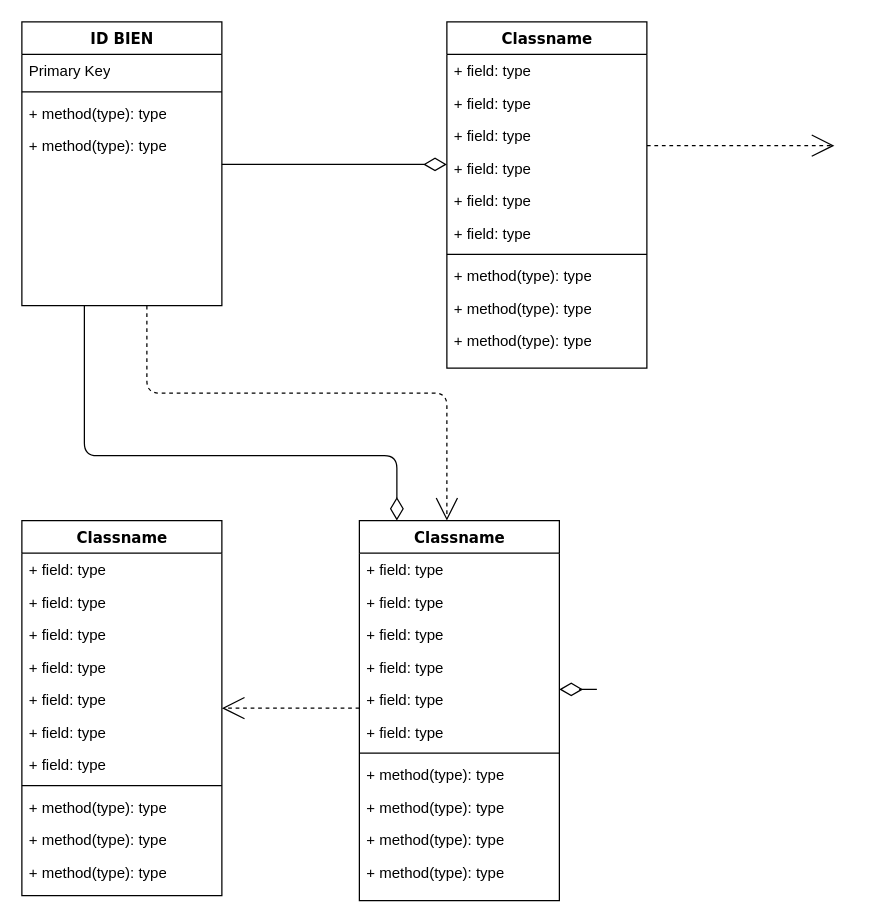
louzhixin/bootstrap keeps this draw.io diagram as .github/ISSUE_TEMPLATE/Untitled Diagram.drawio. Above is the earlier version. Source tidied: cells renumbered, new cells numbered last; positions are measured from the earlier drawing's top-left corner, leaving out a move shared by most shapes. Both pictures are drawn from the tidied source at 125%, with x=0, y=0 at pixel (21, 21).
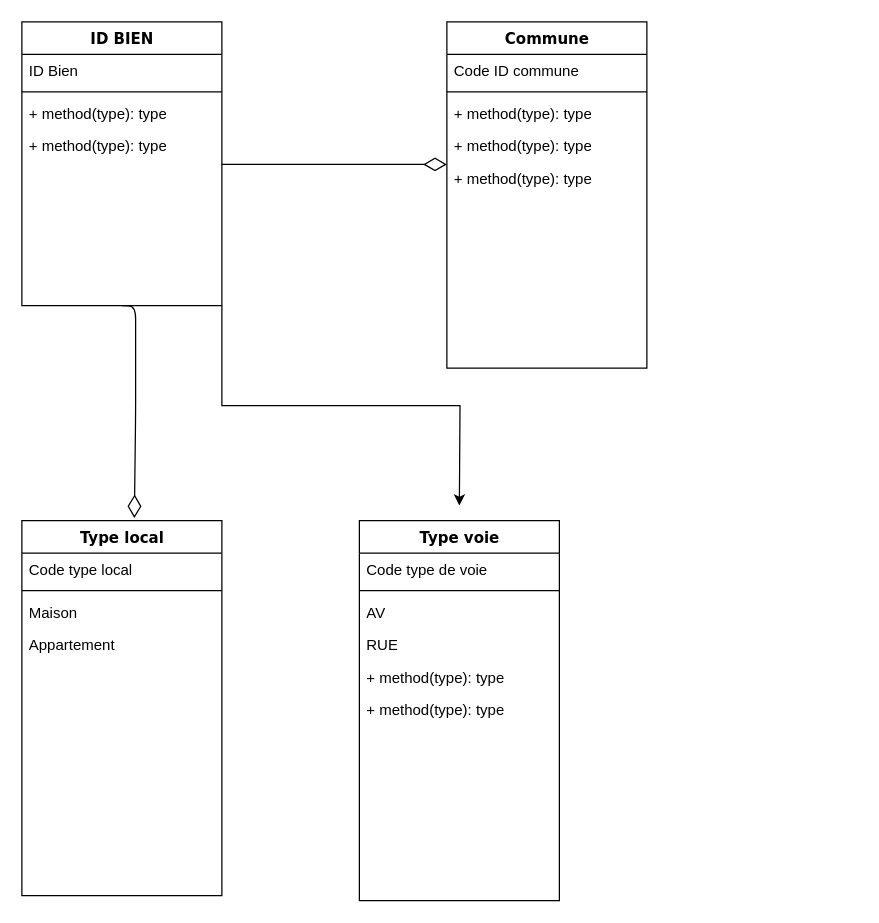
Above is the later version.

Unchanged cells that the change refers to:
```xml
<mxCell id="4" value="ID BIEN" style="swimlane;html=1;fontStyle=1;align=center;verticalAlign=top;horizontal=1;startSize=26;swimlaneFillColor=#ffffff;rounded=0;shadow=0;comic=0;labelBackgroundColor=none;strokeWidth=1;fillColor=none;fontFamily=Verdana;fontSize=12;" parent="1" vertex="1">
  <mxGeometry width="160" height="227" as="geometry" />
</mxCell>
```

Diff of the diagram source:
```diff
@@
-    <mxCell id="2" style="edgeStyle=orthogonalEdgeStyle;html=1;labelBackgroundColor=none;startFill=0;startSize=8;endArrow=open;endFill=0;endSize=16;fontFamily=Verdana;fontSize=12;dashed=1;" parent="1" edge="1" source="4" target="35">
-      <mxGeometry relative="1" as="geometry">
-        <Array as="points">
-          <mxPoint x="100" y="297" />
-          <mxPoint x="340" y="297" />
-        </Array>
-      </mxGeometry>
-    </mxCell>
-    <mxCell id="3" style="edgeStyle=orthogonalEdgeStyle;html=1;labelBackgroundColor=none;startFill=0;startSize=8;endArrow=diamondThin;endFill=0;endSize=16;fontFamily=Verdana;fontSize=12;" parent="1" edge="1" source="4" target="35">
-      <mxGeometry relative="1" as="geometry">
-        <Array as="points">
-          <mxPoint x="50" y="347" />
-          <mxPoint x="300" y="347" />
-        </Array>
-      </mxGeometry>
-    </mxCell>
+    <mxCell id="48" style="edgeStyle=orthogonalEdgeStyle;rounded=0;jettySize=auto;html=1;exitX=1;exitY=1;exitDx=0;exitDy=0;" parent="1" edge="1" source="4">
+      <mxGeometry relative="1" as="geometry">
+        <mxPoint x="350" y="387" as="targetPoint" />
+      </mxGeometry>
+    </mxCell>
@@
-    <mxCell id="5" value="Primary Key" style="text;html=1;strokeColor=none;fillColor=none;align=left;verticalAlign=top;spacingLeft=4;spacingRight=4;whiteSpace=wrap;overflow=hidden;" parent="4" vertex="1">
+    <mxCell id="5" value="ID Bien" style="text;html=1;strokeColor=none;fillColor=none;align=left;verticalAlign=top;spacingLeft=4;spacingRight=4;whiteSpace=wrap;overflow=hidden;" parent="4" vertex="1">
       <mxGeometry y="26" width="160" height="26" as="geometry" />
     </mxCell>
@@
-    <mxCell id="9" style="edgeStyle=elbowEdgeStyle;html=1;labelBackgroundColor=none;startFill=0;startSize=8;endArrow=open;endFill=0;endSize=16;fontFamily=Verdana;fontSize=12;elbow=vertical;dashed=1;" parent="1" edge="1" source="10">
-      <mxGeometry relative="1" as="geometry">
-        <mxPoint x="650" y="99" as="targetPoint" />
-      </mxGeometry>
-    </mxCell>
-    <mxCell id="10" value="Classname" style="swimlane;html=1;fontStyle=1;align=center;verticalAlign=top;horizontal=1;startSize=26;swimlaneFillColor=#ffffff;rounded=0;shadow=0;comic=0;labelBackgroundColor=none;strokeWidth=1;fillColor=none;fontFamily=Verdana;fontSize=12;" parent="1" vertex="1">
+    <mxCell id="10" value="Commune" style="swimlane;html=1;fontStyle=1;align=center;verticalAlign=top;horizontal=1;startSize=26;swimlaneFillColor=#ffffff;rounded=0;shadow=0;comic=0;labelBackgroundColor=none;strokeWidth=1;fillColor=none;fontFamily=Verdana;fontSize=12;" parent="1" vertex="1">
       <mxGeometry x="340" width="160" height="277" as="geometry" />
     </mxCell>
-    <mxCell id="11" value="+ field: type" style="text;html=1;strokeColor=none;fillColor=none;align=left;verticalAlign=top;spacingLeft=4;spacingRight=4;whiteSpace=wrap;overflow=hidden;" parent="10" vertex="1">
+    <mxCell id="11" value="Code ID commune" style="text;html=1;strokeColor=none;fillColor=none;align=left;verticalAlign=top;spacingLeft=4;spacingRight=4;whiteSpace=wrap;overflow=hidden;" parent="10" vertex="1">
       <mxGeometry y="26" width="160" height="26" as="geometry" />
     </mxCell>
-    <mxCell id="12" value="+ field: type" style="text;html=1;strokeColor=none;fillColor=none;align=left;verticalAlign=top;spacingLeft=4;spacingRight=4;whiteSpace=wrap;overflow=hidden;" parent="10" vertex="1">
-      <mxGeometry y="52" width="160" height="26" as="geometry" />
-    </mxCell>
-    <mxCell id="13" value="+ field: type" style="text;html=1;strokeColor=none;fillColor=none;align=left;verticalAlign=top;spacingLeft=4;spacingRight=4;whiteSpace=wrap;overflow=hidden;" parent="10" vertex="1">
-      <mxGeometry y="78" width="160" height="26" as="geometry" />
-    </mxCell>
-    <mxCell id="14" value="+ field: type" style="text;html=1;strokeColor=none;fillColor=none;align=left;verticalAlign=top;spacingLeft=4;spacingRight=4;whiteSpace=wrap;overflow=hidden;" parent="10" vertex="1">
-      <mxGeometry y="104" width="160" height="26" as="geometry" />
-    </mxCell>
-    <mxCell id="15" value="+ field: type" style="text;html=1;strokeColor=none;fillColor=none;align=left;verticalAlign=top;spacingLeft=4;spacingRight=4;whiteSpace=wrap;overflow=hidden;" parent="10" vertex="1">
-      <mxGeometry y="130" width="160" height="26" as="geometry" />
-    </mxCell>
-    <mxCell id="16" value="+ field: type" style="text;html=1;strokeColor=none;fillColor=none;align=left;verticalAlign=top;spacingLeft=4;spacingRight=4;whiteSpace=wrap;overflow=hidden;" parent="10" vertex="1">
-      <mxGeometry y="156" width="160" height="26" as="geometry" />
-    </mxCell>
     <mxCell id="17" style="line;html=1;strokeWidth=1;fillColor=none;align=left;verticalAlign=middle;spacingTop=-1;spacingLeft=3;spacingRight=3;labelPosition=right;" parent="10" vertex="1">
-      <mxGeometry y="182" width="160" height="8" as="geometry" />
+      <mxGeometry y="52" width="160" height="8" as="geometry" />
     </mxCell>
     <mxCell id="18" value="+ method(type): type" style="text;html=1;strokeColor=none;fillColor=none;align=left;verticalAlign=top;spacingLeft=4;spacingRight=4;whiteSpace=wrap;overflow=hidden;" parent="10" vertex="1">
-      <mxGeometry y="190" width="160" height="26" as="geometry" />
+      <mxGeometry y="60" width="160" height="26" as="geometry" />
     </mxCell>
     <mxCell id="19" value="+ method(type): type" style="text;html=1;strokeColor=none;fillColor=none;align=left;verticalAlign=top;spacingLeft=4;spacingRight=4;whiteSpace=wrap;overflow=hidden;" parent="10" vertex="1">
-      <mxGeometry y="216" width="160" height="26" as="geometry" />
+      <mxGeometry y="86" width="160" height="26" as="geometry" />
     </mxCell>
     <mxCell id="20" value="+ method(type): type" style="text;html=1;strokeColor=none;fillColor=none;align=left;verticalAlign=top;spacingLeft=4;spacingRight=4;whiteSpace=wrap;overflow=hidden;" parent="10" vertex="1">
-      <mxGeometry y="242" width="160" height="26" as="geometry" />
+      <mxGeometry y="112" width="160" height="26" as="geometry" />
     </mxCell>
-    <mxCell id="21" style="edgeStyle=elbowEdgeStyle;html=1;labelBackgroundColor=none;startFill=0;startSize=8;endArrow=open;endFill=0;endSize=16;fontFamily=Verdana;fontSize=12;elbow=vertical;dashed=1;" parent="1" edge="1" source="35" target="22">
-      <mxGeometry relative="1" as="geometry" />
-    </mxCell>
-    <mxCell id="22" value="Classname" style="swimlane;html=1;fontStyle=1;align=center;verticalAlign=top;horizontal=1;startSize=26;swimlaneFillColor=#ffffff;rounded=0;shadow=0;comic=0;labelBackgroundColor=none;strokeWidth=1;fillColor=none;fontFamily=Verdana;fontSize=12;" parent="1" vertex="1">
+    <mxCell id="22" value="Type local" style="swimlane;html=1;fontStyle=1;align=center;verticalAlign=top;horizontal=1;startSize=26;swimlaneFillColor=#ffffff;rounded=0;shadow=0;comic=0;labelBackgroundColor=none;strokeWidth=1;fillColor=none;fontFamily=Verdana;fontSize=12;" parent="1" vertex="1">
       <mxGeometry y="399" width="160" height="300" as="geometry" />
     </mxCell>
-    <mxCell id="23" value="+ field: type" style="text;html=1;strokeColor=none;fillColor=none;align=left;verticalAlign=top;spacingLeft=4;spacingRight=4;whiteSpace=wrap;overflow=hidden;" parent="22" vertex="1">
+    <mxCell id="23" value="Code type local" style="text;html=1;strokeColor=none;fillColor=none;align=left;verticalAlign=top;spacingLeft=4;spacingRight=4;whiteSpace=wrap;overflow=hidden;" parent="22" vertex="1">
       <mxGeometry y="26" width="160" height="26" as="geometry" />
     </mxCell>
-    <mxCell id="24" value="+ field: type" style="text;html=1;strokeColor=none;fillColor=none;align=left;verticalAlign=top;spacingLeft=4;spacingRight=4;whiteSpace=wrap;overflow=hidden;" parent="22" vertex="1">
-      <mxGeometry y="52" width="160" height="26" as="geometry" />
-    </mxCell>
-    <mxCell id="25" value="+ field: type" style="text;html=1;strokeColor=none;fillColor=none;align=left;verticalAlign=top;spacingLeft=4;spacingRight=4;whiteSpace=wrap;overflow=hidden;" parent="22" vertex="1">
-      <mxGeometry y="78" width="160" height="26" as="geometry" />
-    </mxCell>
-    <mxCell id="26" value="+ field: type" style="text;html=1;strokeColor=none;fillColor=none;align=left;verticalAlign=top;spacingLeft=4;spacingRight=4;whiteSpace=wrap;overflow=hidden;" parent="22" vertex="1">
-      <mxGeometry y="104" width="160" height="26" as="geometry" />
-    </mxCell>
-    <mxCell id="27" value="+ field: type" style="text;html=1;strokeColor=none;fillColor=none;align=left;verticalAlign=top;spacingLeft=4;spacingRight=4;whiteSpace=wrap;overflow=hidden;" parent="22" vertex="1">
-      <mxGeometry y="130" width="160" height="26" as="geometry" />
-    </mxCell>
-    <mxCell id="28" value="+ field: type" style="text;html=1;strokeColor=none;fillColor=none;align=left;verticalAlign=top;spacingLeft=4;spacingRight=4;whiteSpace=wrap;overflow=hidden;" parent="22" vertex="1">
-      <mxGeometry y="156" width="160" height="26" as="geometry" />
-    </mxCell>
-    <mxCell id="29" value="+ field: type" style="text;html=1;strokeColor=none;fillColor=none;align=left;verticalAlign=top;spacingLeft=4;spacingRight=4;whiteSpace=wrap;overflow=hidden;" parent="22" vertex="1">
-      <mxGeometry y="182" width="160" height="26" as="geometry" />
-    </mxCell>
     <mxCell id="30" style="line;html=1;strokeWidth=1;fillColor=none;align=left;verticalAlign=middle;spacingTop=-1;spacingLeft=3;spacingRight=3;labelPosition=right;" parent="22" vertex="1">
-      <mxGeometry y="208" width="160" height="8" as="geometry" />
+      <mxGeometry y="52" width="160" height="8" as="geometry" />
     </mxCell>
-    <mxCell id="31" value="+ method(type): type" style="text;html=1;strokeColor=none;fillColor=none;align=left;verticalAlign=top;spacingLeft=4;spacingRight=4;whiteSpace=wrap;overflow=hidden;" parent="22" vertex="1">
-      <mxGeometry y="216" width="160" height="26" as="geometry" />
+    <mxCell id="31" value="Maison" style="text;html=1;strokeColor=none;fillColor=none;align=left;verticalAlign=top;spacingLeft=4;spacingRight=4;whiteSpace=wrap;overflow=hidden;" parent="22" vertex="1">
+      <mxGeometry y="60" width="160" height="26" as="geometry" />
     </mxCell>
-    <mxCell id="32" value="+ method(type): type" style="text;html=1;strokeColor=none;fillColor=none;align=left;verticalAlign=top;spacingLeft=4;spacingRight=4;whiteSpace=wrap;overflow=hidden;" parent="22" vertex="1">
-      <mxGeometry y="242" width="160" height="26" as="geometry" />
+    <mxCell id="32" value="Appartement" style="text;html=1;strokeColor=none;fillColor=none;align=left;verticalAlign=top;spacingLeft=4;spacingRight=4;whiteSpace=wrap;overflow=hidden;" parent="22" vertex="1">
+      <mxGeometry y="86" width="160" height="26" as="geometry" />
     </mxCell>
-    <mxCell id="33" value="+ method(type): type" style="text;html=1;strokeColor=none;fillColor=none;align=left;verticalAlign=top;spacingLeft=4;spacingRight=4;whiteSpace=wrap;overflow=hidden;" parent="22" vertex="1">
-      <mxGeometry y="268" width="160" height="26" as="geometry" />
-    </mxCell>
-    <mxCell id="34" style="edgeStyle=elbowEdgeStyle;html=1;labelBackgroundColor=none;startFill=0;startSize=8;endArrow=diamondThin;endFill=0;endSize=16;fontFamily=Verdana;fontSize=12;elbow=vertical;" parent="1" edge="1" target="35">
-      <mxGeometry relative="1" as="geometry">
-        <mxPoint x="460" y="534" as="sourcePoint" />
-      </mxGeometry>
-    </mxCell>
-    <mxCell id="35" value="Classname" style="swimlane;html=1;fontStyle=1;align=center;verticalAlign=top;horizontal=1;startSize=26;swimlaneFillColor=#ffffff;rounded=0;shadow=0;comic=0;labelBackgroundColor=none;strokeWidth=1;fillColor=none;fontFamily=Verdana;fontSize=12;" parent="1" vertex="1">
+    <mxCell id="35" value="Type voie" style="swimlane;html=1;fontStyle=1;align=center;verticalAlign=top;horizontal=1;startSize=26;swimlaneFillColor=#ffffff;rounded=0;shadow=0;comic=0;labelBackgroundColor=none;strokeWidth=1;fillColor=none;fontFamily=Verdana;fontSize=12;" parent="1" vertex="1">
       <mxGeometry x="270" y="399" width="160" height="304" as="geometry" />
     </mxCell>
-    <mxCell id="36" value="+ field: type" style="text;html=1;strokeColor=none;fillColor=none;align=left;verticalAlign=top;spacingLeft=4;spacingRight=4;whiteSpace=wrap;overflow=hidden;" parent="35" vertex="1">
+    <mxCell id="36" value="Code type de voie" style="text;html=1;strokeColor=none;fillColor=none;align=left;verticalAlign=top;spacingLeft=4;spacingRight=4;whiteSpace=wrap;overflow=hidden;" parent="35" vertex="1">
       <mxGeometry y="26" width="160" height="26" as="geometry" />
     </mxCell>
-    <mxCell id="37" value="+ field: type" style="text;html=1;strokeColor=none;fillColor=none;align=left;verticalAlign=top;spacingLeft=4;spacingRight=4;whiteSpace=wrap;overflow=hidden;" parent="35" vertex="1">
-      <mxGeometry y="52" width="160" height="26" as="geometry" />
-    </mxCell>
-    <mxCell id="38" value="+ field: type" style="text;html=1;strokeColor=none;fillColor=none;align=left;verticalAlign=top;spacingLeft=4;spacingRight=4;whiteSpace=wrap;overflow=hidden;" parent="35" vertex="1">
-      <mxGeometry y="78" width="160" height="26" as="geometry" />
-    </mxCell>
-    <mxCell id="39" value="+ field: type" style="text;html=1;strokeColor=none;fillColor=none;align=left;verticalAlign=top;spacingLeft=4;spacingRight=4;whiteSpace=wrap;overflow=hidden;" parent="35" vertex="1">
-      <mxGeometry y="104" width="160" height="26" as="geometry" />
-    </mxCell>
-    <mxCell id="40" value="+ field: type" style="text;html=1;strokeColor=none;fillColor=none;align=left;verticalAlign=top;spacingLeft=4;spacingRight=4;whiteSpace=wrap;overflow=hidden;" parent="35" vertex="1">
-      <mxGeometry y="130" width="160" height="26" as="geometry" />
-    </mxCell>
-    <mxCell id="41" value="+ field: type" style="text;html=1;strokeColor=none;fillColor=none;align=left;verticalAlign=top;spacingLeft=4;spacingRight=4;whiteSpace=wrap;overflow=hidden;" parent="35" vertex="1">
-      <mxGeometry y="156" width="160" height="26" as="geometry" />
-    </mxCell>
     <mxCell id="42" style="line;html=1;strokeWidth=1;fillColor=none;align=left;verticalAlign=middle;spacingTop=-1;spacingLeft=3;spacingRight=3;labelPosition=right;" parent="35" vertex="1">
-      <mxGeometry y="182" width="160" height="8" as="geometry" />
+      <mxGeometry y="52" width="160" height="8" as="geometry" />
     </mxCell>
-    <mxCell id="43" value="+ method(type): type" style="text;html=1;strokeColor=none;fillColor=none;align=left;verticalAlign=top;spacingLeft=4;spacingRight=4;whiteSpace=wrap;overflow=hidden;" parent="35" vertex="1">
-      <mxGeometry y="190" width="160" height="26" as="geometry" />
+    <mxCell id="43" value="AV" style="text;html=1;strokeColor=none;fillColor=none;align=left;verticalAlign=top;spacingLeft=4;spacingRight=4;whiteSpace=wrap;overflow=hidden;" parent="35" vertex="1">
+      <mxGeometry y="60" width="160" height="26" as="geometry" />
     </mxCell>
-    <mxCell id="44" value="+ method(type): type" style="text;html=1;strokeColor=none;fillColor=none;align=left;verticalAlign=top;spacingLeft=4;spacingRight=4;whiteSpace=wrap;overflow=hidden;" parent="35" vertex="1">
-      <mxGeometry y="216" width="160" height="26" as="geometry" />
+    <mxCell id="44" value="RUE" style="text;html=1;strokeColor=none;fillColor=none;align=left;verticalAlign=top;spacingLeft=4;spacingRight=4;whiteSpace=wrap;overflow=hidden;" parent="35" vertex="1">
+      <mxGeometry y="86" width="160" height="26" as="geometry" />
     </mxCell>
     <mxCell id="45" value="+ method(type): type" style="text;html=1;strokeColor=none;fillColor=none;align=left;verticalAlign=top;spacingLeft=4;spacingRight=4;whiteSpace=wrap;overflow=hidden;" parent="35" vertex="1">
-      <mxGeometry y="242" width="160" height="26" as="geometry" />
+      <mxGeometry y="112" width="160" height="26" as="geometry" />
     </mxCell>
     <mxCell id="46" value="+ method(type): type" style="text;html=1;strokeColor=none;fillColor=none;align=left;verticalAlign=top;spacingLeft=4;spacingRight=4;whiteSpace=wrap;overflow=hidden;" parent="35" vertex="1">
-      <mxGeometry y="268" width="160" height="26" as="geometry" />
+      <mxGeometry y="138" width="160" height="26" as="geometry" />
     </mxCell>
@@
+    <mxCell id="49" style="edgeStyle=orthogonalEdgeStyle;html=1;labelBackgroundColor=none;startFill=0;startSize=8;endArrow=diamondThin;endFill=0;endSize=16;fontFamily=Verdana;fontSize=12;elbow=vertical;" parent="1" edge="1">
+      <mxGeometry relative="1" as="geometry">
+        <mxPoint x="80" y="227" as="sourcePoint" />
+        <mxPoint x="90" y="397" as="targetPoint" />
+      </mxGeometry>
+    </mxCell>
```
